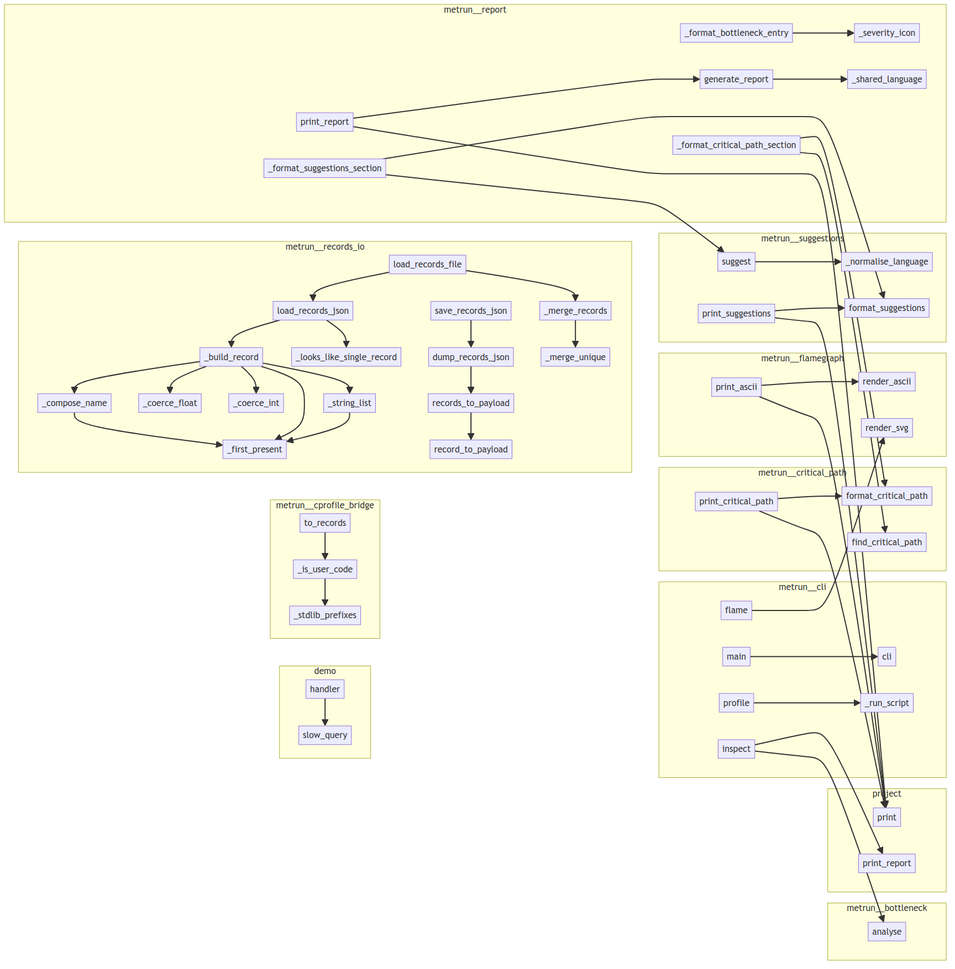
Above: project/calls.png in semcod/metrun (Mermaid), before the change. Its source is kept beside it as project/calls.mmd.
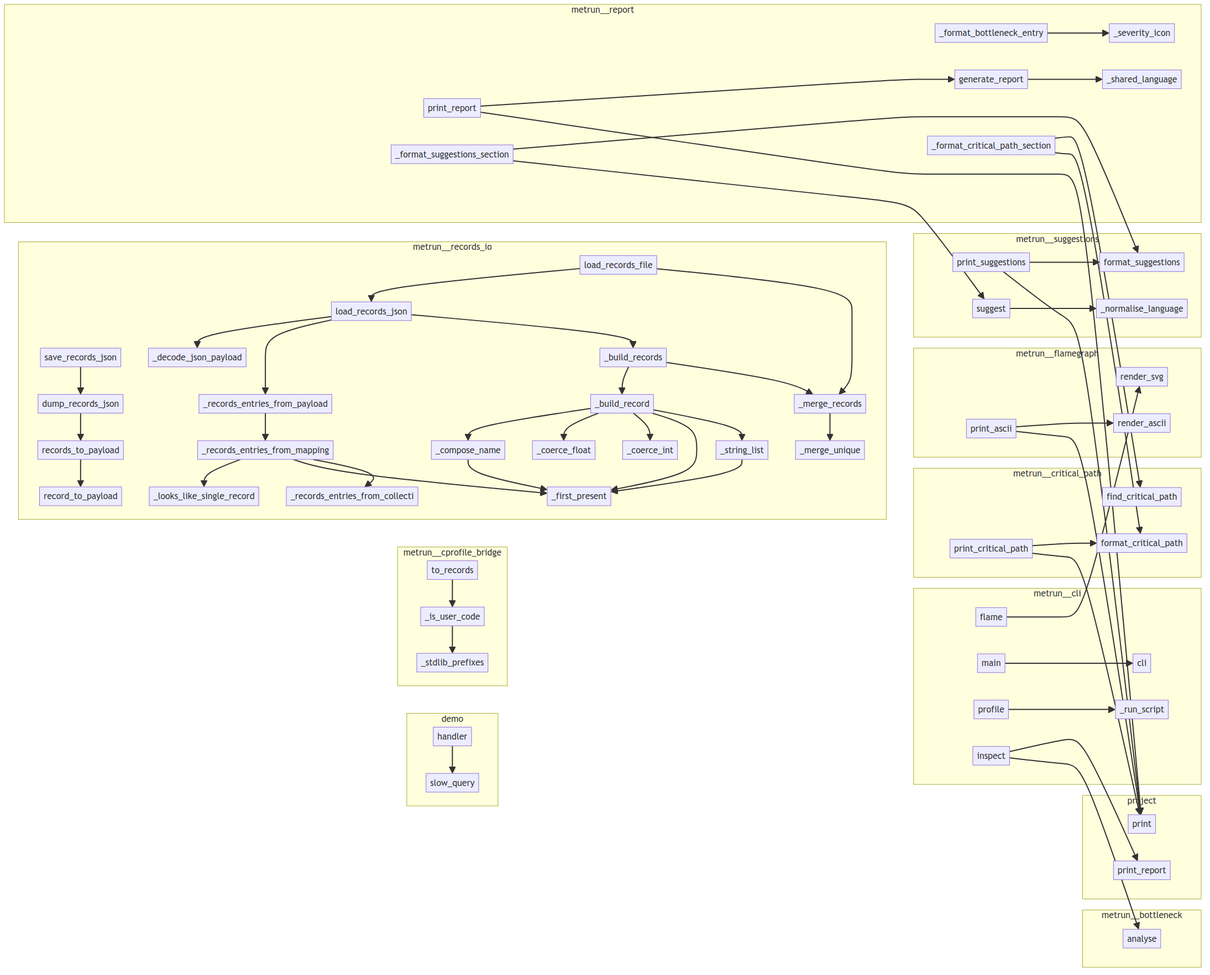
After the commit.

Diff of the diagram source:
```diff
@@ -1,18 +1,18 @@
 flowchart LR
     subgraph demo
+        demo__handler["handler"]
         demo__slow_query["slow_query"]
-        demo__handler["handler"]
     end
     subgraph metrun__bottleneck
         metrun__bottleneck__BottleneckEngine__analyse["analyse"]
     end
     subgraph metrun__cli
+        metrun__cli__flame["flame"]
+        metrun__cli__profile["profile"]
         metrun__cli__inspect["inspect"]
-        metrun__cli__flame["flame"]
         metrun__cli__cli["cli"]
         metrun__cli___run_script["_run_script"]
         metrun__cli__main["main"]
-        metrun__cli__profile["profile"]
     end
     subgraph metrun__cprofile_bridge
         metrun__cprofile_bridge___is_user_code["_is_user_code"]
@@ -20,57 +20,57 @@
         metrun__cprofile_bridge__CProfileBridge__to_records["to_records"]
     end
     subgraph metrun__critical_path
+        metrun__critical_path__find_critical_path["find_critical_path"]
+        metrun__critical_path__print_critical_path["print_critical_path"]
         metrun__critical_path__format_critical_path["format_critical_path"]
-        metrun__critical_path__print_critical_path["print_critical_path"]
-        metrun__critical_path__find_critical_path["find_critical_path"]
     end
     subgraph metrun__flamegraph
+        metrun__flamegraph__render_svg["render_svg"]
+        metrun__flamegraph__print_ascii["print_ascii"]
         metrun__flamegraph__render_ascii["render_ascii"]
-        metrun__flamegraph__print_ascii["print_ascii"]
-        metrun__flamegraph__render_svg["render_svg"]
     end
     subgraph metrun__records_io
-        metrun__records_io___merge_unique["_merge_unique"]
-        metrun__records_io___coerce_int["_coerce_int"]
-        metrun__records_io___coerce_float["_coerce_float"]
-        metrun__records_io__record_to_payload["record_to_payload"]
+        metrun__records_io__load_records_json["load_records_json"]
         metrun__records_io__save_records_json["save_records_json"]
         metrun__records_io___first_present["_first_present"]
+        metrun__records_io___records_entries_from_payload["_records_entries_from_payload"]
+        metrun__records_io___build_record["_build_record"]
+        metrun__records_io__load_records_file["load_records_file"]
+        metrun__records_io___records_entries_from_mapping["_records_entries_from_mapping"]
+        metrun__records_io___build_records["_build_records"]
+        metrun__records_io__records_to_payload["records_to_payload"]
+        metrun__records_io___looks_like_single_record["_looks_like_single_record"]
+        metrun__records_io___merge_unique["_merge_unique"]
         metrun__records_io___compose_name["_compose_name"]
-        metrun__records_io___build_record["_build_record"]
-        metrun__records_io__load_records_json["load_records_json"]
+        metrun__records_io___coerce_int["_coerce_int"]
         metrun__records_io___merge_records["_merge_records"]
-        metrun__records_io__records_to_payload["records_to_payload"]
-        metrun__records_io__load_records_file["load_records_file"]
         metrun__records_io___string_list["_string_list"]
-        metrun__records_io___looks_like_single_record["_looks_like_single_record"]
+        metrun__records_io__record_to_payload["record_to_payload"]
         metrun__records_io__dump_records_json["dump_records_json"]
+        metrun__records_io___records_entries_from_collection["_records_entries_from_collecti"]
+        metrun__records_io___decode_json_payload["_decode_json_payload"]
+        metrun__records_io___coerce_float["_coerce_float"]
     end
     subgraph metrun__report
-        metrun__report___format_bottleneck_entry["_format_bottleneck_entry"]
-        metrun__report__print_report["print_report"]
-        metrun__report___format_suggestions_section["_format_suggestions_section"]
         metrun__report___format_critical_path_section["_format_critical_path_section"]
         metrun__report___severity_icon["_severity_icon"]
         metrun__report___shared_language["_shared_language"]
         metrun__report__generate_report["generate_report"]
+        metrun__report___format_bottleneck_entry["_format_bottleneck_entry"]
+        metrun__report__print_report["print_report"]
+        metrun__report___format_suggestions_section["_format_suggestions_section"]
     end
     subgraph metrun__suggestions
         metrun__suggestions__print_suggestions["print_suggestions"]
+        metrun__suggestions__format_suggestions["format_suggestions"]
+        metrun__suggestions___normalise_language["_normalise_language"]
         metrun__suggestions__suggest["suggest"]
-        metrun__suggestions___normalise_language["_normalise_language"]
-        metrun__suggestions__format_suggestions["format_suggestions"]
     end
     subgraph project
         project__print["print"]
         project__print_report["print_report"]
     end
     demo__handler --> demo__slow_query
-    metrun__cli__profile --> metrun__cli___run_script
-    metrun__cli__inspect --> metrun__bottleneck__BottleneckEngine__analyse
-    metrun__cli__inspect --> project__print_report
-    metrun__cli__flame --> metrun__flamegraph__render_svg
-    metrun__cli__main --> metrun__cli__cli
     metrun__records_io___string_list --> metrun__records_io___first_present
     metrun__records_io___compose_name --> metrun__records_io___first_present
     metrun__records_io___build_record --> metrun__records_io___compose_name
@@ -82,10 +82,22 @@
     metrun__records_io__records_to_payload --> metrun__records_io__record_to_payload
     metrun__records_io__dump_records_json --> metrun__records_io__records_to_payload
     metrun__records_io__save_records_json --> metrun__records_io__dump_records_json
-    metrun__records_io__load_records_json --> metrun__records_io___build_record
-    metrun__records_io__load_records_json --> metrun__records_io___looks_like_single_record
+    metrun__records_io___records_entries_from_mapping --> metrun__records_io___looks_like_single_record
+    metrun__records_io___records_entries_from_mapping --> metrun__records_io___first_present
+    metrun__records_io___records_entries_from_mapping --> metrun__records_io___records_entries_from_collection
+    metrun__records_io___records_entries_from_payload --> metrun__records_io___records_entries_from_mapping
+    metrun__records_io___build_records --> metrun__records_io___build_record
+    metrun__records_io___build_records --> metrun__records_io___merge_records
+    metrun__records_io__load_records_json --> metrun__records_io___decode_json_payload
+    metrun__records_io__load_records_json --> metrun__records_io___records_entries_from_payload
+    metrun__records_io__load_records_json --> metrun__records_io___build_records
     metrun__records_io__load_records_file --> metrun__records_io__load_records_json
     metrun__records_io__load_records_file --> metrun__records_io___merge_records
+    metrun__cli__profile --> metrun__cli___run_script
+    metrun__cli__inspect --> metrun__bottleneck__BottleneckEngine__analyse
+    metrun__cli__inspect --> project__print_report
+    metrun__cli__flame --> metrun__flamegraph__render_svg
+    metrun__cli__main --> metrun__cli__cli
     metrun__suggestions__suggest --> metrun__suggestions___normalise_language
     metrun__suggestions__print_suggestions --> project__print
     metrun__suggestions__print_suggestions --> metrun__suggestions__format_suggestions
@@ -97,9 +109,9 @@
     metrun__report__generate_report --> metrun__report___shared_language
     metrun__report__print_report --> project__print
     metrun__report__print_report --> metrun__report__generate_report
+    metrun__flamegraph__print_ascii --> project__print
+    metrun__flamegraph__print_ascii --> metrun__flamegraph__render_ascii
     metrun__critical_path__print_critical_path --> project__print
     metrun__critical_path__print_critical_path --> metrun__critical_path__format_critical_path
-    metrun__flamegraph__print_ascii --> project__print
-    metrun__flamegraph__print_ascii --> metrun__flamegraph__render_ascii
     metrun__cprofile_bridge___is_user_code --> metrun__cprofile_bridge___stdlib_prefixes
     metrun__cprofile_bridge__CProfileBridge__to_records --> metrun__cprofile_bridge___is_user_code
```
